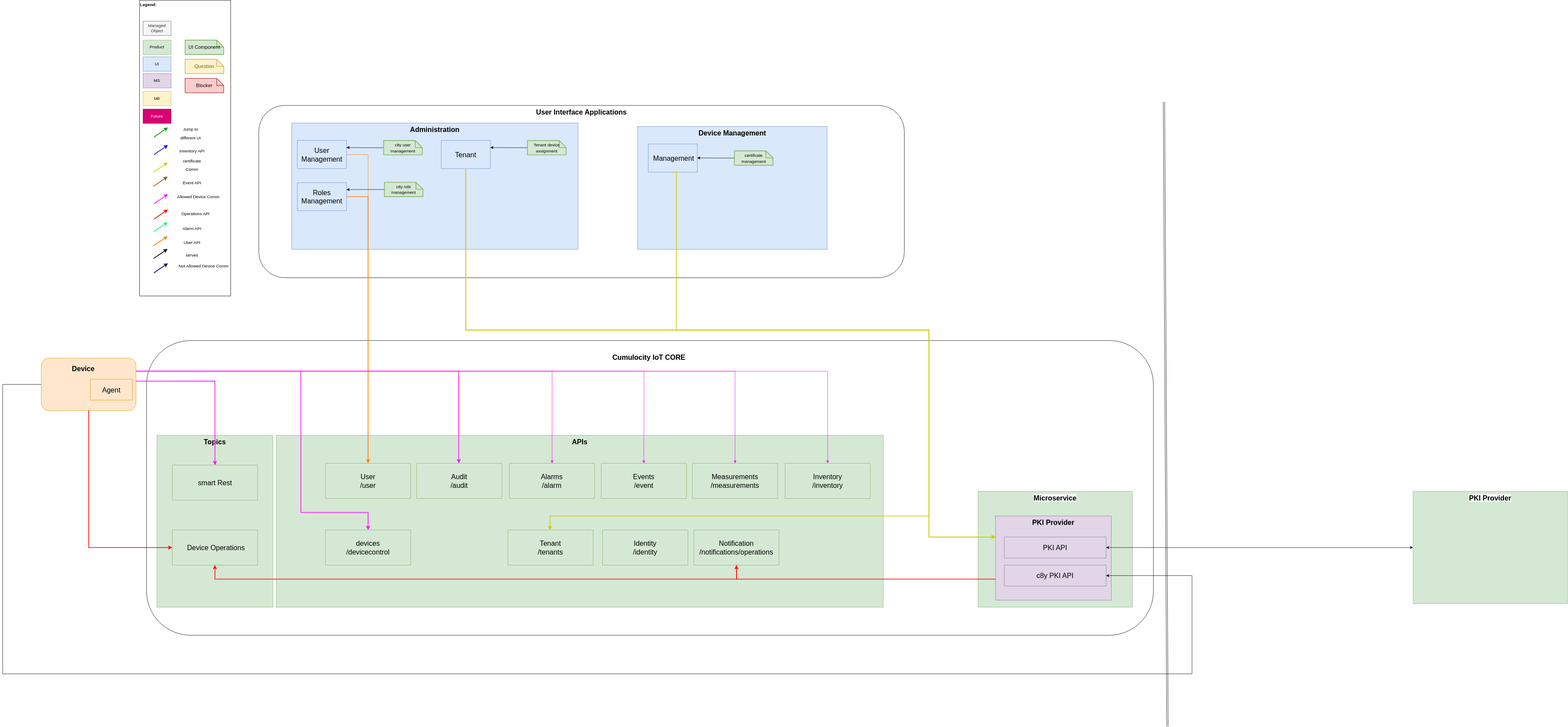
Cumulocity-IoT/cumulocity-pki-integration keeps this draw.io diagram as doc/Architecture-BigPicture.drawio.svg. Above is the earlier version. Source tidied: cells renumbered, new cells last; positions are measured from the earlier drawing's top-left corner, leaving out a move shared by most shapes.
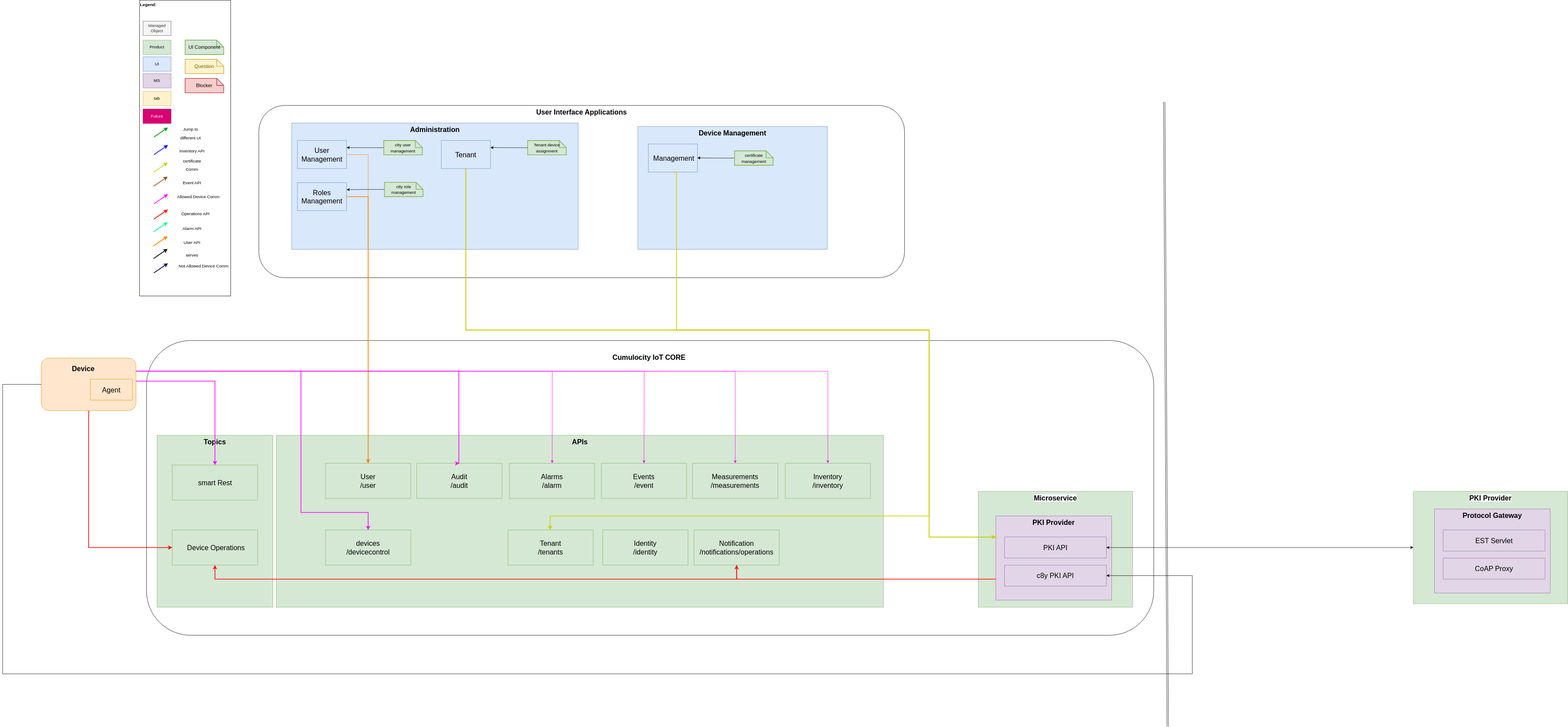
Above is the later version.

What changed in the source:
```diff
@@ -385,5 +385,14 @@
         </Array>
       </mxGeometry>
     </mxCell>
+    <mxCell id="91" value="Protocol Gateway" style="rounded=0;whiteSpace=wrap;html=1;fontSize=20;fillColor=#e1d5e7;strokeColor=#9673a6;verticalAlign=top;fontStyle=1;" parent="1" vertex="1">
+      <mxGeometry x="4080" y="1450" width="330" height="240" as="geometry" />
+    </mxCell>
+    <mxCell id="92" value="EST Servlet" style="rounded=0;whiteSpace=wrap;html=1;fontSize=20;fillColor=#e1d5e7;strokeColor=#9673a6;" parent="1" vertex="1">
+      <mxGeometry x="4105" y="1510" width="290" height="60" as="geometry" />
+    </mxCell>
+    <mxCell id="93" value="CoAP Proxy" style="rounded=0;whiteSpace=wrap;html=1;fontSize=20;fillColor=#e1d5e7;strokeColor=#9673a6;" parent="1" vertex="1">
+      <mxGeometry x="4105" y="1590" width="290" height="60" as="geometry" />
+    </mxCell>
   </root>
 </mxGraphModel>
```
